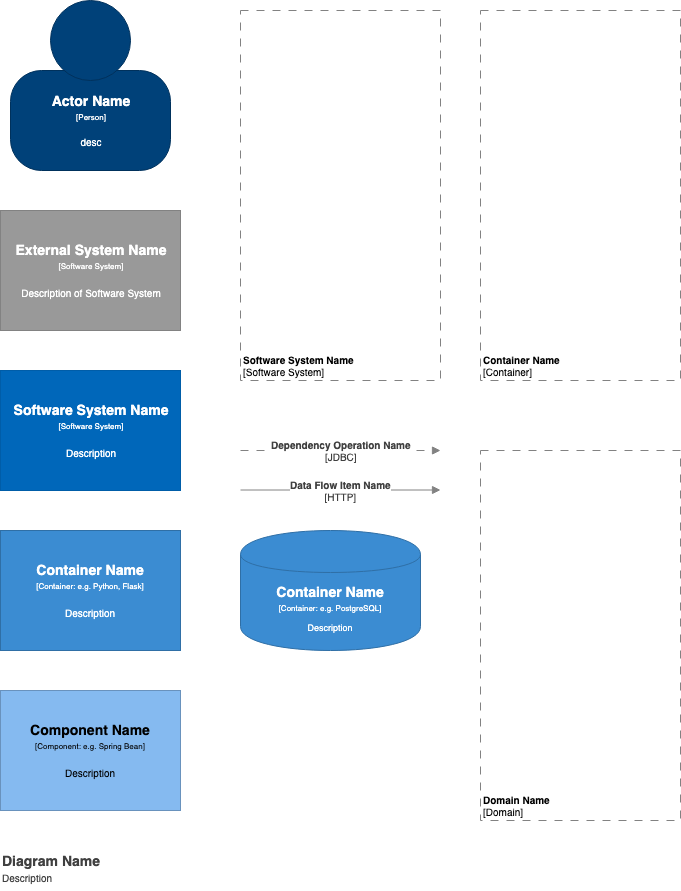
Above: c4.drawio.png in kaminzo/c4-draw.io (draw.io), before the change. Source tidied: cells renumbered, new cells last; positions are measured from the earlier drawing's top-left corner, leaving out a move shared by most shapes.
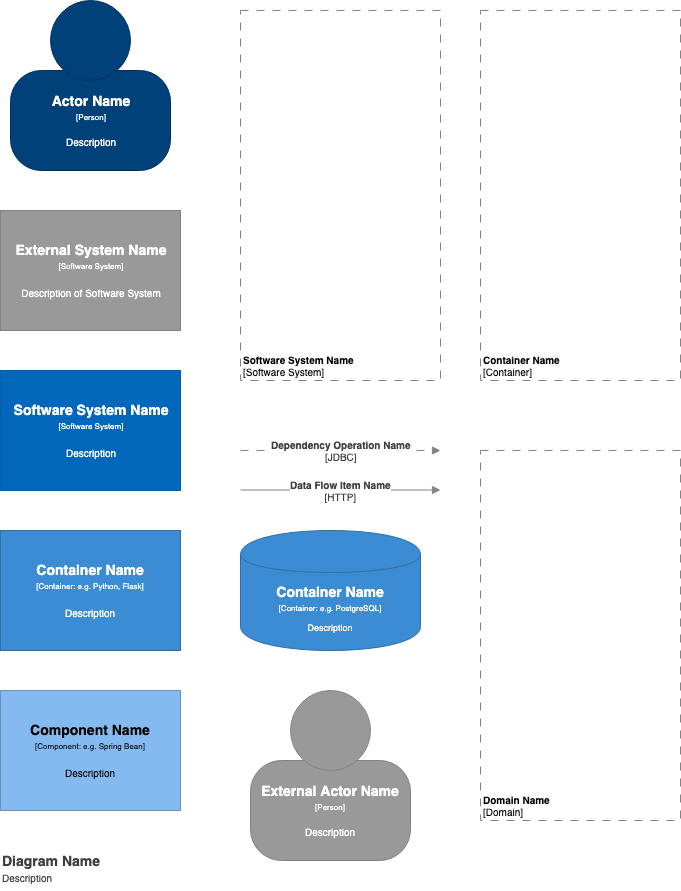
After the commit.

Commit message:
Added External Actor

Change to the diagram source:
```diff
@@ -7,7 +7,7 @@
         <mxGeometry x="10" width="160" height="170" as="geometry" />
       </mxCell>
     </object>
-    <object id="3" label="&lt;div style=&quot;color: rgb(255 , 255 , 255) ; white-space: normal&quot;&gt;&lt;span style=&quot;font-size: 14px&quot;&gt;&lt;b&gt;%name%&lt;/b&gt;&lt;/span&gt;&lt;/div&gt;&lt;div style=&quot;color: rgb(255 , 255 , 255) ; white-space: normal&quot;&gt;&lt;font style=&quot;font-size: 8px&quot;&gt;[Person]&lt;/font&gt;&lt;/div&gt;&lt;div style=&quot;color: rgb(255 , 255 , 255) ; white-space: normal ; font-size: 8px&quot;&gt;&lt;span style=&quot;font-size: x-small&quot;&gt;&lt;br&gt;&lt;/span&gt;&lt;/div&gt;&lt;div style=&quot;color: rgb(255 , 255 , 255) ; white-space: normal&quot;&gt;&lt;font size=&quot;1&quot;&gt;desc&lt;/font&gt;&lt;/div&gt;" description="Description" name="Actor Name" placeholders="1">
+    <object id="3" label="&lt;div style=&quot;color: rgb(255 , 255 , 255) ; white-space: normal&quot;&gt;&lt;span style=&quot;font-size: 14px&quot;&gt;&lt;b&gt;%name%&lt;/b&gt;&lt;/span&gt;&lt;/div&gt;&lt;div style=&quot;color: rgb(255 , 255 , 255) ; white-space: normal&quot;&gt;&lt;font style=&quot;font-size: 8px&quot;&gt;[Person]&lt;/font&gt;&lt;/div&gt;&lt;div style=&quot;color: rgb(255 , 255 , 255) ; white-space: normal ; font-size: 8px&quot;&gt;&lt;span style=&quot;font-size: x-small&quot;&gt;&lt;br&gt;&lt;/span&gt;&lt;/div&gt;&lt;div style=&quot;color: rgb(255 , 255 , 255) ; white-space: normal&quot;&gt;&lt;font size=&quot;1&quot;&gt;%description%&lt;/font&gt;&lt;/div&gt;" description="Description" name="Actor Name" placeholders="1">
       <mxCell style="rounded=1;whiteSpace=wrap;html=1;strokeColor=#00315C;fillColor=#004179;fontColor=#000000;arcSize=31;" parent="2" vertex="1">
         <mxGeometry y="70" width="160" height="100" as="geometry" />
       </mxCell>
@@ -76,5 +76,18 @@
         <mxGeometry x="480" y="450" width="200" height="370" as="geometry" />
       </mxCell>
     </object>
+    <object id="16" label="" instruction="edit data of the lower shape within the group" placeholders="1">
+      <mxCell style="group;" parent="1" vertex="1">
+        <mxGeometry x="250" y="690" width="160" height="170" as="geometry" />
+      </mxCell>
+    </object>
+    <object id="17" label="&lt;div style=&quot;color: rgb(255 , 255 , 255) ; white-space: normal&quot;&gt;&lt;span style=&quot;font-size: 14px&quot;&gt;&lt;b&gt;%name%&lt;/b&gt;&lt;/span&gt;&lt;/div&gt;&lt;div style=&quot;color: rgb(255 , 255 , 255) ; white-space: normal&quot;&gt;&lt;font style=&quot;font-size: 8px&quot;&gt;[Person]&lt;/font&gt;&lt;/div&gt;&lt;div style=&quot;color: rgb(255 , 255 , 255) ; white-space: normal ; font-size: 8px&quot;&gt;&lt;span style=&quot;font-size: x-small&quot;&gt;&lt;br&gt;&lt;/span&gt;&lt;/div&gt;&lt;div style=&quot;color: rgb(255 , 255 , 255) ; white-space: normal&quot;&gt;&lt;font size=&quot;1&quot;&gt;%description%&lt;/font&gt;&lt;/div&gt;" description="Description" name="External Actor Name" placeholders="1">
+      <mxCell style="rounded=1;whiteSpace=wrap;html=1;strokeColor=#828282;fillColor=#999999;fontColor=#000000;arcSize=31;" parent="16" vertex="1">
+        <mxGeometry y="70" width="160" height="100" as="geometry" />
+      </mxCell>
+    </object>
+    <mxCell id="18" style="ellipse;whiteSpace=wrap;html=1;strokeColor=#828282;fillColor=#999999;fontColor=#000000;" parent="16" vertex="1">
+      <mxGeometry x="40" width="80" height="80" as="geometry" />
+    </mxCell>
   </root>
 </mxGraphModel>
```
